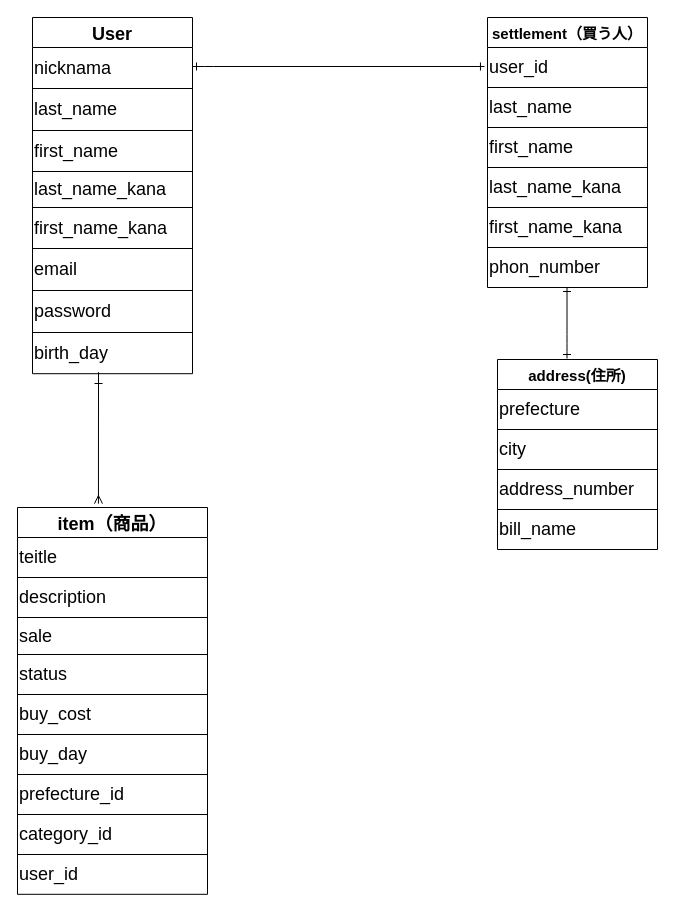
This is ER図.dio from kijima-line/furima-37451, a draw.io file, before an edit. Source tidied: cells renumbered, new cells numbered last; positions are measured from the earlier drawing's top-left corner, leaving out a move shared by most shapes. Both pictures are drawn from the tidied source at 100%, with x=0, y=0 at pixel (17, 17).
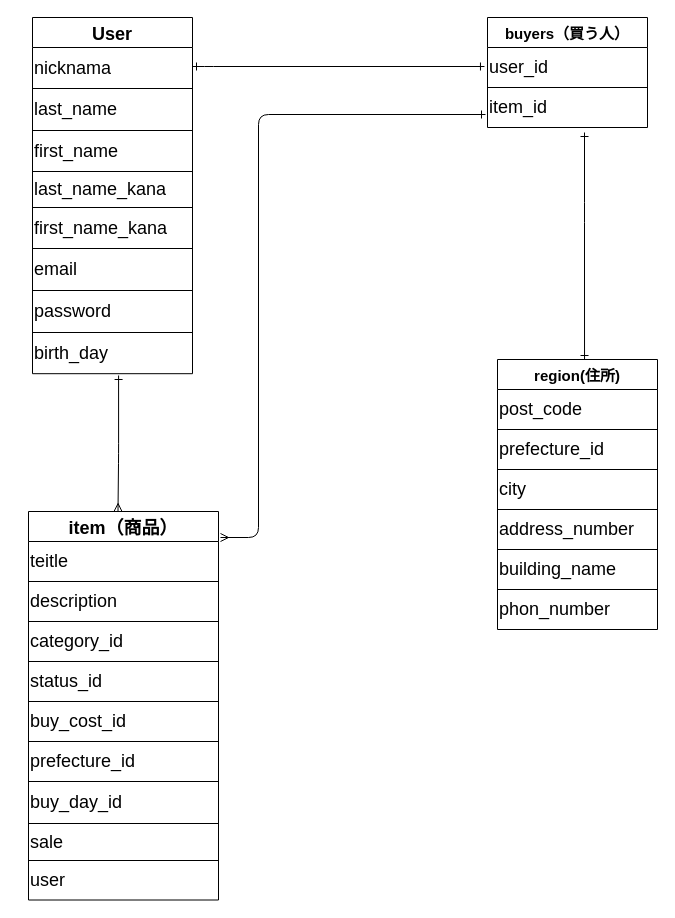
The same diagram, later.

Unchanged cells that the change refers to:
```xml
<mxCell id="19" style="shape=partialRectangle;html=1;whiteSpace=wrap;fillColor=none;top=0;left=0;bottom=0;right=0;points=[[0,0.5],[1,0.5]];portConstraint=eastwest;" parent="4" vertex="1">
  <mxGeometry y="315" width="160" height="41" as="geometry" />
</mxCell>
<mxCell id="54" style="shape=partialRectangle;html=1;whiteSpace=wrap;fillColor=none;top=0;left=0;bottom=0;right=0;" parent="53" vertex="1">
  <mxGeometry y="30" width="160" height="40" as="geometry" />
</mxCell>
<mxCell id="56" style="shape=partialRectangle;html=1;whiteSpace=wrap;fillColor=none;top=0;left=0;bottom=0;right=0;" parent="53" vertex="1">
  <mxGeometry y="70" width="160" height="40" as="geometry" />
</mxCell>
<mxCell id="58" style="shape=partialRectangle;html=1;whiteSpace=wrap;fillColor=none;top=0;left=0;bottom=0;right=0;" parent="53" vertex="1">
  <mxGeometry y="110" width="160" height="40" as="geometry" />
</mxCell>
<mxCell id="60" style="shape=partialRectangle;html=1;whiteSpace=wrap;fillColor=none;top=0;left=0;bottom=0;right=0;" parent="53" vertex="1">
  <mxGeometry y="150" width="160" height="40" as="geometry" />
</mxCell>
```

Diff of the diagram source:
```diff
@@
-    <mxCell id="3" style="edgeStyle=orthogonalEdgeStyle;html=1;fontSize=14;startArrow=ERone;startFill=0;endArrow=ERmany;endFill=0;entryX=0.426;entryY=-0.01;entryDx=0;entryDy=0;entryPerimeter=0;strokeColor=#000000;" parent="1" edge="1" target="34">
+    <mxCell id="3" style="edgeStyle=orthogonalEdgeStyle;html=1;fontSize=14;startArrow=ERone;startFill=0;endArrow=ERmany;endFill=0;strokeColor=#000000;exitX=0.538;exitY=1.049;exitDx=0;exitDy=0;exitPerimeter=0;" parent="1" edge="1" source="19">
       <mxGeometry relative="1" as="geometry">
-        <mxPoint x="81" y="370" as="sourcePoint" />
+        <mxPoint x="100.5" y="494" as="targetPoint" />
         <Array as="points">
-          <mxPoint x="81" y="350" />
-          <mxPoint x="81" y="350" />
+          <mxPoint x="101" y="436" />
         </Array>
       </mxGeometry>
     </mxCell>
@@
-    <mxCell id="21" value="settlement（買う人）" style="shape=table;startSize=30;childLayout=tableLayout;fontStyle=1;align=center;fontSize=15;strokeColor=#000000;" parent="1" vertex="1">
-      <mxGeometry x="470" width="160" height="270" as="geometry" />
+    <mxCell id="21" value="buyers（買う人）" style="shape=table;startSize=30;childLayout=tableLayout;fontStyle=1;align=center;fontSize=15;strokeColor=#000000;" parent="1" vertex="1">
+      <mxGeometry x="470" width="160" height="110" as="geometry" />
     </mxCell>
@@
-    <mxCell id="24" style="shape=partialRectangle;html=1;whiteSpace=wrap;fillColor=none;top=0;left=0;bottom=0;right=0;" parent="21" vertex="1">
-      <mxGeometry y="70" width="160" height="40" as="geometry" />
-    </mxCell>
-    <mxCell id="25" value="&lt;font style=&quot;font-size: 18px;&quot;&gt;last_name&lt;/font&gt;" style="shape=partialRectangle;html=1;whiteSpace=wrap;fillColor=none;top=0;left=0;bottom=0;right=0;overflow=hidden;align=left;fontSize=18;fontColor=#000000;strokeColor=#000000;" parent="24" vertex="1">
-      <mxGeometry width="160" height="40" as="geometry" />
-    </mxCell>
     <mxCell id="26" style="shape=partialRectangle;html=1;whiteSpace=wrap;fillColor=none;top=0;left=0;bottom=0;right=0;" parent="21" vertex="1">
-      <mxGeometry y="110" width="160" height="40" as="geometry" />
+      <mxGeometry y="70" width="160" height="40" as="geometry" />
     </mxCell>
-    <mxCell id="27" value="first_name&lt;br&gt;" style="shape=partialRectangle;html=1;whiteSpace=wrap;fillColor=none;top=0;left=0;bottom=0;right=0;overflow=hidden;fontSize=18;align=left;fontColor=#000000;strokeColor=#000000;" parent="26" vertex="1">
+    <mxCell id="27" value="item_id" style="shape=partialRectangle;html=1;whiteSpace=wrap;fillColor=none;top=0;left=0;bottom=0;right=0;overflow=hidden;fontSize=18;align=left;fontColor=#000000;strokeColor=#000000;" parent="26" vertex="1">
       <mxGeometry width="160" height="40" as="geometry" />
     </mxCell>
-    <mxCell id="28" style="shape=partialRectangle;html=1;whiteSpace=wrap;fillColor=none;top=0;left=0;bottom=0;right=0;" parent="21" vertex="1">
-      <mxGeometry y="150" width="160" height="40" as="geometry" />
-    </mxCell>
-    <mxCell id="29" value="last_name_kana" style="shape=partialRectangle;html=1;whiteSpace=wrap;fillColor=none;top=0;left=0;bottom=0;right=0;overflow=hidden;fontSize=18;align=left;fontColor=#000000;strokeColor=#000000;" parent="28" vertex="1">
-      <mxGeometry width="160" height="40" as="geometry" />
-    </mxCell>
-    <mxCell id="30" style="shape=partialRectangle;html=1;whiteSpace=wrap;fillColor=none;top=0;left=0;bottom=0;right=0;" parent="21" vertex="1">
-      <mxGeometry y="190" width="160" height="40" as="geometry" />
-    </mxCell>
-    <mxCell id="31" value="first_name_kana" style="shape=partialRectangle;html=1;whiteSpace=wrap;fillColor=none;top=0;left=0;bottom=0;right=0;overflow=hidden;fontSize=18;align=left;fontColor=#000000;strokeColor=#000000;" parent="30" vertex="1">
-      <mxGeometry width="160" height="40" as="geometry" />
-    </mxCell>
-    <mxCell id="32" style="shape=partialRectangle;html=1;whiteSpace=wrap;fillColor=none;top=0;left=0;bottom=0;right=0;" parent="21" vertex="1">
-      <mxGeometry y="230" width="160" height="40" as="geometry" />
-    </mxCell>
-    <mxCell id="33" value="phon_number" style="shape=partialRectangle;html=1;whiteSpace=wrap;fillColor=none;top=0;left=0;bottom=0;right=0;overflow=hidden;fontSize=18;align=left;fontColor=#000000;strokeColor=#000000;" parent="32" vertex="1">
-      <mxGeometry width="160" height="40" as="geometry" />
-    </mxCell>
     <mxCell id="34" value="item（商品）" style="shape=table;startSize=30;childLayout=tableLayout;fontStyle=1;align=center;fontSize=18;strokeColor=#000000;" parent="1" vertex="1">
-      <mxGeometry y="490" width="190" height="386.8" as="geometry" />
+      <mxGeometry x="11" y="494" width="190" height="388.5" as="geometry" />
     </mxCell>
@@
-    <mxCell id="39" style="shape=partialRectangle;html=1;whiteSpace=wrap;fillColor=none;top=0;left=0;bottom=0;right=0;" parent="34" vertex="1">
-      <mxGeometry y="110" width="190" height="37" as="geometry" />
-    </mxCell>
-    <mxCell id="40" value="sale" style="shape=partialRectangle;html=1;whiteSpace=wrap;fillColor=none;top=0;left=0;bottom=0;right=0;overflow=hidden;fontSize=18;align=left;fontColor=#000000;" parent="39" vertex="1">
-      <mxGeometry width="190" height="37" as="geometry" />
-    </mxCell>
+    <mxCell id="49" style="shape=partialRectangle;html=1;whiteSpace=wrap;fillColor=none;top=0;left=0;bottom=0;right=0;" parent="34" vertex="1">
+      <mxGeometry y="110" width="190" height="40" as="geometry" />
+    </mxCell>
+    <mxCell id="50" value="category_id" style="shape=partialRectangle;html=1;whiteSpace=wrap;fillColor=none;top=0;left=0;bottom=0;right=0;overflow=hidden;fontSize=18;align=left;fontColor=#000000;" parent="49" vertex="1">
+      <mxGeometry width="190" height="40" as="geometry" />
+    </mxCell>
     <mxCell id="41" style="shape=partialRectangle;html=1;whiteSpace=wrap;fillColor=none;top=0;left=0;bottom=0;right=0;" parent="34" vertex="1">
-      <mxGeometry y="147" width="190" height="40" as="geometry" />
+      <mxGeometry y="150" width="190" height="40" as="geometry" />
     </mxCell>
-    <mxCell id="42" value="status" style="shape=partialRectangle;html=1;whiteSpace=wrap;fillColor=none;top=0;left=0;bottom=0;right=0;overflow=hidden;fontSize=18;align=left;fontColor=#000000;" parent="41" vertex="1">
+    <mxCell id="42" value="status_id" style="shape=partialRectangle;html=1;whiteSpace=wrap;fillColor=none;top=0;left=0;bottom=0;right=0;overflow=hidden;fontSize=18;align=left;fontColor=#000000;" parent="41" vertex="1">
       <mxGeometry width="190" height="40" as="geometry" />
     </mxCell>
     <mxCell id="43" style="shape=partialRectangle;html=1;whiteSpace=wrap;fillColor=none;top=0;left=0;bottom=0;right=0;" parent="34" vertex="1">
-      <mxGeometry y="187" width="190" height="40" as="geometry" />
+      <mxGeometry y="190" width="190" height="40" as="geometry" />
     </mxCell>
-    <mxCell id="44" value="buy_cost" style="shape=partialRectangle;html=1;whiteSpace=wrap;fillColor=none;top=0;left=0;bottom=0;right=0;overflow=hidden;fontSize=18;align=left;fontColor=#000000;" parent="43" vertex="1">
+    <mxCell id="44" value="buy_cost_id" style="shape=partialRectangle;html=1;whiteSpace=wrap;fillColor=none;top=0;left=0;bottom=0;right=0;overflow=hidden;fontSize=18;align=left;fontColor=#000000;" parent="43" vertex="1">
       <mxGeometry width="190" height="40" as="geometry" />
     </mxCell>
+    <mxCell id="47" style="shape=partialRectangle;html=1;whiteSpace=wrap;fillColor=none;top=0;left=0;bottom=0;right=0;" parent="34" vertex="1">
+      <mxGeometry y="230" width="190" height="40" as="geometry" />
+    </mxCell>
+    <mxCell id="48" value="prefecture_id" style="shape=partialRectangle;html=1;whiteSpace=wrap;fillColor=none;top=0;left=0;bottom=0;right=0;overflow=hidden;fontSize=18;align=left;fontColor=#000000;" parent="47" vertex="1">
+      <mxGeometry width="190" height="40" as="geometry" />
+    </mxCell>
     <mxCell id="45" style="shape=partialRectangle;html=1;whiteSpace=wrap;fillColor=none;top=0;left=0;bottom=0;right=0;" parent="34" vertex="1">
-      <mxGeometry y="227" width="190" height="40" as="geometry" />
+      <mxGeometry y="270" width="190" height="42" as="geometry" />
     </mxCell>
-    <mxCell id="46" value="buy_day" style="shape=partialRectangle;html=1;whiteSpace=wrap;fillColor=none;top=0;left=0;bottom=0;right=0;overflow=hidden;fontSize=18;align=left;fontColor=#000000;" parent="45" vertex="1">
-      <mxGeometry width="190" height="40" as="geometry" />
+    <mxCell id="46" value="buy_day_id" style="shape=partialRectangle;html=1;whiteSpace=wrap;fillColor=none;top=0;left=0;bottom=0;right=0;overflow=hidden;fontSize=18;align=left;fontColor=#000000;" parent="45" vertex="1">
+      <mxGeometry width="190" height="42" as="geometry" />
     </mxCell>
-    <mxCell id="47" style="shape=partialRectangle;html=1;whiteSpace=wrap;fillColor=none;top=0;left=0;bottom=0;right=0;" parent="34" vertex="1">
-      <mxGeometry y="267" width="190" height="40" as="geometry" />
-    </mxCell>
-    <mxCell id="48" value="prefecture_id" style="shape=partialRectangle;html=1;whiteSpace=wrap;fillColor=none;top=0;left=0;bottom=0;right=0;overflow=hidden;fontSize=18;align=left;fontColor=#000000;" parent="47" vertex="1">
-      <mxGeometry width="190" height="40" as="geometry" />
-    </mxCell>
-    <mxCell id="49" style="shape=partialRectangle;html=1;whiteSpace=wrap;fillColor=none;top=0;left=0;bottom=0;right=0;" parent="34" vertex="1">
-      <mxGeometry y="307" width="190" height="40" as="geometry" />
-    </mxCell>
-    <mxCell id="50" value="category_id" style="shape=partialRectangle;html=1;whiteSpace=wrap;fillColor=none;top=0;left=0;bottom=0;right=0;overflow=hidden;fontSize=18;align=left;fontColor=#000000;" parent="49" vertex="1">
-      <mxGeometry width="190" height="40" as="geometry" />
-    </mxCell>
+    <mxCell id="39" style="shape=partialRectangle;html=1;whiteSpace=wrap;fillColor=none;top=0;left=0;bottom=0;right=0;" parent="34" vertex="1">
+      <mxGeometry y="312" width="190" height="37" as="geometry" />
+    </mxCell>
+    <mxCell id="40" value="sale" style="shape=partialRectangle;html=1;whiteSpace=wrap;fillColor=none;top=0;left=0;bottom=0;right=0;overflow=hidden;fontSize=18;align=left;fontColor=#000000;" parent="39" vertex="1">
+      <mxGeometry width="190" height="37" as="geometry" />
+    </mxCell>
     <mxCell id="51" style="shape=partialRectangle;html=1;whiteSpace=wrap;fillColor=none;top=0;left=0;bottom=0;right=0;" parent="34" vertex="1">
-      <mxGeometry y="347" width="190" height="40" as="geometry" />
+      <mxGeometry y="349" width="190" height="39" as="geometry" />
     </mxCell>
-    <mxCell id="52" value="user_id" style="shape=partialRectangle;html=1;whiteSpace=wrap;fillColor=none;top=0;left=0;bottom=0;right=0;overflow=hidden;fontSize=18;align=left;fontColor=#000000;" parent="51" vertex="1">
-      <mxGeometry width="190" height="40" as="geometry" />
+    <mxCell id="52" value="user" style="shape=partialRectangle;html=1;whiteSpace=wrap;fillColor=none;top=0;left=0;bottom=0;right=0;overflow=hidden;fontSize=18;align=left;fontColor=#000000;" parent="51" vertex="1">
+      <mxGeometry width="190" height="39" as="geometry" />
     </mxCell>
-    <mxCell id="53" value="address(住所)" style="shape=table;startSize=30;childLayout=tableLayout;fontStyle=1;align=center;fontSize=15;strokeColor=#000000;" parent="1" vertex="1">
-      <mxGeometry x="480" y="342" width="160" height="190" as="geometry" />
+    <mxCell id="53" value="region(住所)" style="shape=table;startSize=30;childLayout=tableLayout;fontStyle=1;align=center;fontSize=15;strokeColor=#000000;" parent="1" vertex="1">
+      <mxGeometry x="480" y="342" width="160" height="270" as="geometry" />
     </mxCell>
@@
-    <mxCell id="55" value="prefecture" style="shape=partialRectangle;html=1;whiteSpace=wrap;fillColor=none;top=0;left=0;bottom=0;right=0;overflow=hidden;align=left;fontSize=18;fontColor=#000000;strokeColor=#000000;" parent="54" vertex="1">
+    <mxCell id="55" value="post_code" style="shape=partialRectangle;html=1;whiteSpace=wrap;fillColor=none;top=0;left=0;bottom=0;right=0;overflow=hidden;align=left;fontSize=18;fontColor=#000000;strokeColor=#000000;" parent="54" vertex="1">
       <mxGeometry width="160" height="40" as="geometry" />
     </mxCell>
@@
-    <mxCell id="57" value="&lt;font style=&quot;font-size: 18px&quot;&gt;city&lt;/font&gt;" style="shape=partialRectangle;html=1;whiteSpace=wrap;fillColor=none;top=0;left=0;bottom=0;right=0;overflow=hidden;align=left;fontSize=18;fontColor=#000000;strokeColor=#000000;" parent="56" vertex="1">
+    <mxCell id="57" value="&lt;font style=&quot;font-size: 18px&quot;&gt;prefecture_id&lt;/font&gt;" style="shape=partialRectangle;html=1;whiteSpace=wrap;fillColor=none;top=0;left=0;bottom=0;right=0;overflow=hidden;align=left;fontSize=18;fontColor=#000000;strokeColor=#000000;" parent="56" vertex="1">
       <mxGeometry width="160" height="40" as="geometry" />
     </mxCell>
@@
-    <mxCell id="59" value="address_number" style="shape=partialRectangle;html=1;whiteSpace=wrap;fillColor=none;top=0;left=0;bottom=0;right=0;overflow=hidden;fontSize=18;align=left;fontColor=#000000;strokeColor=#000000;" parent="58" vertex="1">
+    <mxCell id="59" value="city" style="shape=partialRectangle;html=1;whiteSpace=wrap;fillColor=none;top=0;left=0;bottom=0;right=0;overflow=hidden;fontSize=18;align=left;fontColor=#000000;strokeColor=#000000;" parent="58" vertex="1">
       <mxGeometry width="160" height="40" as="geometry" />
     </mxCell>
@@
-    <mxCell id="61" value="bill_name" style="shape=partialRectangle;html=1;whiteSpace=wrap;fillColor=none;top=0;left=0;bottom=0;right=0;overflow=hidden;fontSize=18;align=left;fontColor=#000000;strokeColor=#000000;" parent="60" vertex="1">
+    <mxCell id="61" value="address_number" style="shape=partialRectangle;html=1;whiteSpace=wrap;fillColor=none;top=0;left=0;bottom=0;right=0;overflow=hidden;fontSize=18;align=left;fontColor=#000000;strokeColor=#000000;" parent="60" vertex="1">
       <mxGeometry width="160" height="40" as="geometry" />
     </mxCell>
+    <mxCell id="30" style="shape=partialRectangle;html=1;whiteSpace=wrap;fillColor=none;top=0;left=0;bottom=0;right=0;" parent="53" vertex="1">
+      <mxGeometry y="190" width="160" height="40" as="geometry" />
+    </mxCell>
+    <mxCell id="63" value="building_name" style="shape=partialRectangle;html=1;whiteSpace=wrap;fillColor=none;top=0;left=0;bottom=0;right=0;overflow=hidden;fontSize=18;align=left;fontColor=#000000;strokeColor=#000000;" parent="30" vertex="1">
+      <mxGeometry width="160" height="40" as="geometry" />
+    </mxCell>
+    <mxCell id="32" style="shape=partialRectangle;html=1;whiteSpace=wrap;fillColor=none;top=0;left=0;bottom=0;right=0;" parent="53" vertex="1">
+      <mxGeometry y="230" width="160" height="40" as="geometry" />
+    </mxCell>
+    <mxCell id="33" value="phon_number" style="shape=partialRectangle;html=1;whiteSpace=wrap;fillColor=none;top=0;left=0;bottom=0;right=0;overflow=hidden;fontSize=18;align=left;fontColor=#000000;strokeColor=#000000;" parent="32" vertex="1">
+      <mxGeometry width="160" height="40" as="geometry" />
+    </mxCell>
-    <mxCell id="62" style="edgeStyle=orthogonalEdgeStyle;html=1;fontSize=14;startArrow=ERone;startFill=0;endArrow=ERone;endFill=0;strokeColor=#000000;" parent="1" edge="1">
+    <mxCell id="62" style="edgeStyle=orthogonalEdgeStyle;html=1;fontSize=14;startArrow=ERone;startFill=0;endArrow=ERone;endFill=0;strokeColor=#000000;entryX=0.544;entryY=0;entryDx=0;entryDy=0;entryPerimeter=0;" parent="1" edge="1" target="53">
       <mxGeometry relative="1" as="geometry">
-        <mxPoint x="549.5" y="270" as="sourcePoint" />
-        <mxPoint x="549.5" y="341" as="targetPoint" />
+        <mxPoint x="567" y="115" as="sourcePoint" />
         <Array as="points">
-          <mxPoint x="549.5" y="327" />
-          <mxPoint x="549.5" y="327" />
+          <mxPoint x="567" y="195" />
+          <mxPoint x="567" y="195" />
         </Array>
       </mxGeometry>
     </mxCell>
+    <mxCell id="64" style="edgeStyle=orthogonalEdgeStyle;html=1;fontSize=14;startArrow=ERmany;startFill=0;endArrow=ERone;endFill=0;strokeColor=#000000;" parent="1" edge="1">
+      <mxGeometry relative="1" as="geometry">
+        <mxPoint x="203" y="520" as="sourcePoint" />
+        <mxPoint x="468" y="97" as="targetPoint" />
+        <Array as="points">
+          <mxPoint x="241" y="520" />
+          <mxPoint x="241" y="97" />
+        </Array>
+      </mxGeometry>
+    </mxCell>
```
